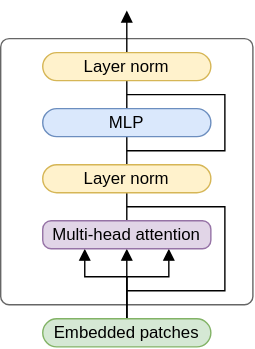
Earlier version of the draw.io export presentation/figures/postnorm.svg (serpest/MultiStageKeywordSpotting). Source tidied: cells renumbered, new cells last; positions are measured from the earlier drawing's top-left corner, leaving out a move shared by most shapes. The source it was exported from:
```xml
<mxGraphModel>
  <root>
    <mxCell id="0" />
    <mxCell id="1" parent="0" />
    <mxCell id="2" style="rounded=1;whiteSpace=wrap;html=1;fillColor=none;fontColor=#333333;strokeColor=#666666;arcSize=12;absoluteArcSize=1;" parent="1" vertex="1">
      <mxGeometry y="20" width="180" height="190" as="geometry" />
    </mxCell>
    <mxCell id="3" style="edgeStyle=none;html=1;entryX=0.5;entryY=1;entryDx=0;entryDy=0;rounded=0;curved=0;endArrow=block;endFill=1;" parent="1" edge="1" source="7" target="9">
      <mxGeometry relative="1" as="geometry" />
    </mxCell>
    <mxCell id="4" style="edgeStyle=none;html=1;entryX=0.25;entryY=1;entryDx=0;entryDy=0;rounded=0;curved=0;endArrow=block;endFill=1;" parent="1" edge="1" source="7" target="9">
      <mxGeometry relative="1" as="geometry">
        <Array as="points">
          <mxPoint x="90" y="190" />
          <mxPoint x="60" y="190" />
        </Array>
      </mxGeometry>
    </mxCell>
    <mxCell id="5" style="edgeStyle=none;html=1;entryX=0.75;entryY=1;entryDx=0;entryDy=0;rounded=0;curved=0;endArrow=block;endFill=1;" parent="1" edge="1" source="7" target="9">
      <mxGeometry relative="1" as="geometry">
        <Array as="points">
          <mxPoint x="90" y="190" />
          <mxPoint x="120" y="190" />
        </Array>
      </mxGeometry>
    </mxCell>
    <mxCell id="6" style="edgeStyle=none;html=1;rounded=0;curved=0;endArrow=none;endFill=0;" parent="1" edge="1">
      <mxGeometry relative="1" as="geometry">
        <mxPoint x="90" y="200" as="sourcePoint" />
        <mxPoint x="90" y="140" as="targetPoint" />
        <Array as="points">
          <mxPoint x="160" y="200" />
          <mxPoint x="160" y="140" />
        </Array>
      </mxGeometry>
    </mxCell>
    <mxCell id="7" value="Embedded patches" style="rounded=1;whiteSpace=wrap;html=1;fillColor=#d5e8d4;strokeColor=#82b366;absoluteArcSize=1;" parent="1" vertex="1">
      <mxGeometry x="30" y="220" width="120" height="20" as="geometry" />
    </mxCell>
    <mxCell id="8" style="edgeStyle=none;html=1;rounded=0;curved=0;endArrow=none;endFill=0;" parent="1" edge="1" source="9" target="12">
      <mxGeometry relative="1" as="geometry" />
    </mxCell>
    <mxCell id="9" value="Multi-head attention" style="rounded=1;whiteSpace=wrap;html=1;fillColor=#e1d5e7;strokeColor=#9673a6;arcSize=12;absoluteArcSize=1;" parent="1" vertex="1">
      <mxGeometry x="30" y="150" width="120" height="20" as="geometry" />
    </mxCell>
    <mxCell id="10" style="edgeStyle=none;html=1;rounded=0;curved=0;endArrow=none;endFill=0;" parent="1" edge="1" source="12" target="14">
      <mxGeometry relative="1" as="geometry" />
    </mxCell>
    <mxCell id="11" style="edgeStyle=none;html=1;endArrow=none;endFill=0;rounded=0;curved=0;" parent="1" edge="1">
      <mxGeometry relative="1" as="geometry">
        <mxPoint x="90" y="100" as="sourcePoint" />
        <mxPoint x="90" y="60" as="targetPoint" />
        <Array as="points">
          <mxPoint x="160" y="100" />
          <mxPoint x="160" y="60" />
        </Array>
      </mxGeometry>
    </mxCell>
    <mxCell id="12" value="&lt;span style=&quot;color: rgb(0, 0, 0);&quot;&gt;Layer norm&lt;/span&gt;" style="rounded=1;whiteSpace=wrap;html=1;fillColor=#fff2cc;strokeColor=#d6b656;absoluteArcSize=1;" parent="1" vertex="1">
      <mxGeometry x="30" y="110" width="120" height="20" as="geometry" />
    </mxCell>
    <mxCell id="13" style="edgeStyle=none;html=1;rounded=0;curved=0;endArrow=none;endFill=0;" parent="1" edge="1" source="14" target="16">
      <mxGeometry relative="1" as="geometry" />
    </mxCell>
    <mxCell id="14" value="MLP" style="rounded=1;whiteSpace=wrap;html=1;fillColor=#dae8fc;strokeColor=#6c8ebf;absoluteArcSize=1;" parent="1" vertex="1">
      <mxGeometry x="30" y="70" width="120" height="20" as="geometry" />
    </mxCell>
    <mxCell id="15" style="edgeStyle=none;html=1;endArrow=block;endFill=1;" parent="1" edge="1" source="16">
      <mxGeometry relative="1" as="geometry">
        <mxPoint x="90" as="targetPoint" />
      </mxGeometry>
    </mxCell>
    <mxCell id="16" value="Layer norm" style="rounded=1;whiteSpace=wrap;html=1;fillColor=#fff2cc;strokeColor=#d6b656;absoluteArcSize=1;" parent="1" vertex="1">
      <mxGeometry x="30" y="30" width="120" height="20" as="geometry" />
    </mxCell>
  </root>
</mxGraphModel>
```
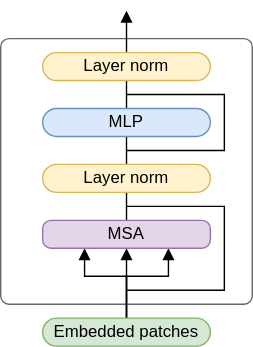
After the commit.

What changed in the source:
```diff
@@ -40,7 +40,7 @@
     <mxCell id="8" style="edgeStyle=none;html=1;rounded=0;curved=0;endArrow=none;endFill=0;" parent="1" edge="1" source="9" target="12">
       <mxGeometry relative="1" as="geometry" />
     </mxCell>
-    <mxCell id="9" value="Multi-head attention" style="rounded=1;whiteSpace=wrap;html=1;fillColor=#e1d5e7;strokeColor=#9673a6;arcSize=12;absoluteArcSize=1;" parent="1" vertex="1">
+    <mxCell id="9" value="MSA" style="rounded=1;whiteSpace=wrap;html=1;fillColor=#e1d5e7;strokeColor=#9673a6;arcSize=12;absoluteArcSize=1;" parent="1" vertex="1">
       <mxGeometry x="30" y="150" width="120" height="20" as="geometry" />
     </mxCell>
     <mxCell id="10" style="edgeStyle=none;html=1;rounded=0;curved=0;endArrow=none;endFill=0;" parent="1" edge="1" source="12" target="14">
```
